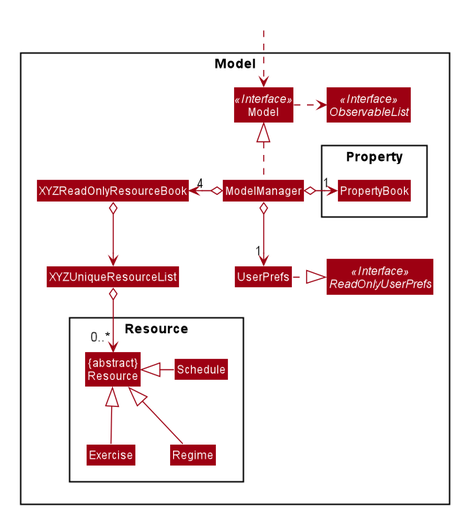
Earlier version of the PlantUML export docs/images/ModelClassDiagram.png (nus-cs2103-AY1920S1/addressbook-level3).
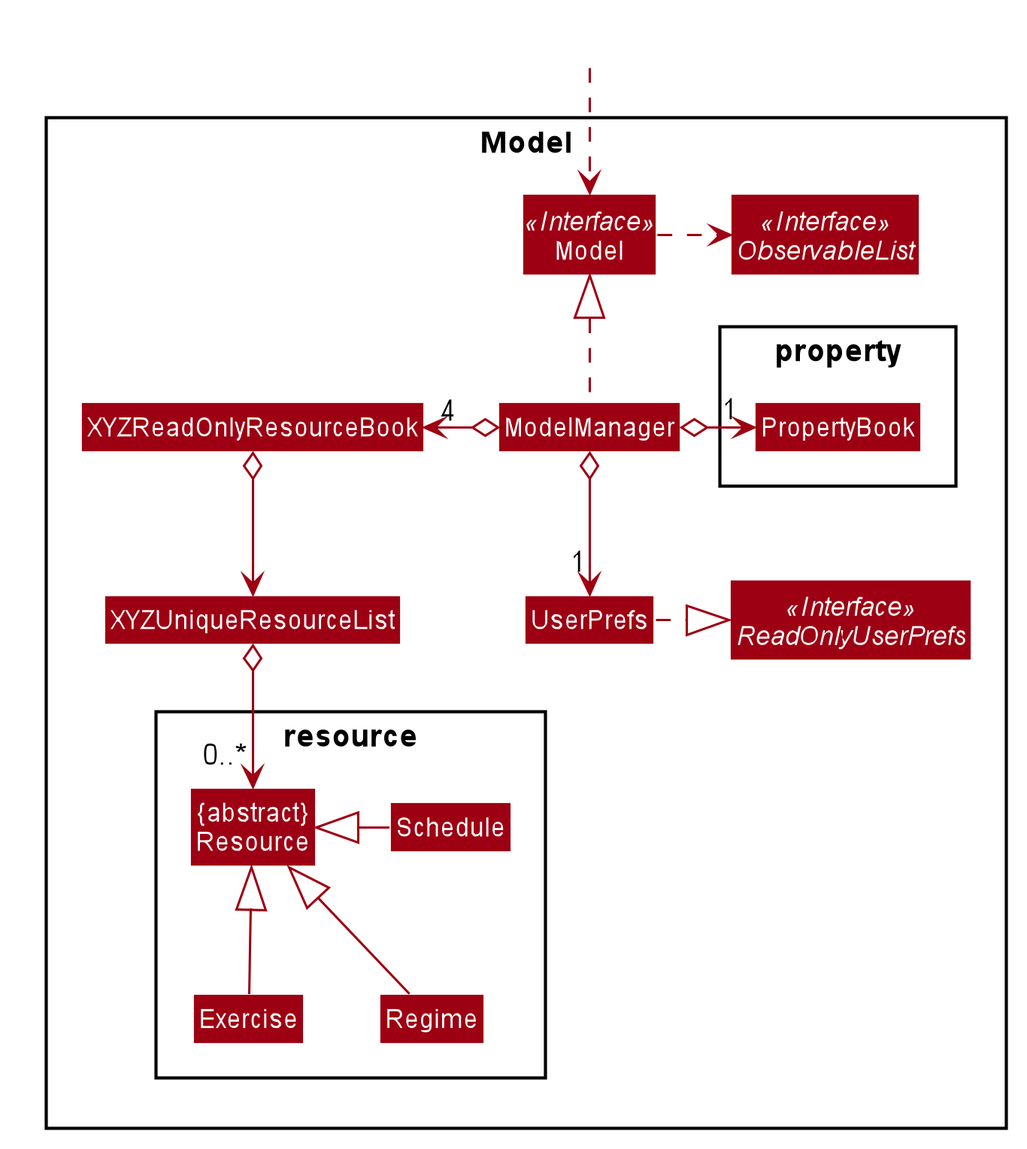
The same file after the commit.

What changed in the source:
```diff
@@ -62,14 +62,14 @@
     Class XYZReadOnlyResourceBook
     Class XYZUniqueResourceList
 
-    Package Resource {
+    Package resource {
         class "{abstract}\nResource"
         Class Exercise
         Class Regime
         Class Schedule
     }
 
-    Package Property {
+    Package property {
         Class PropertyBook
     }
 }
```
